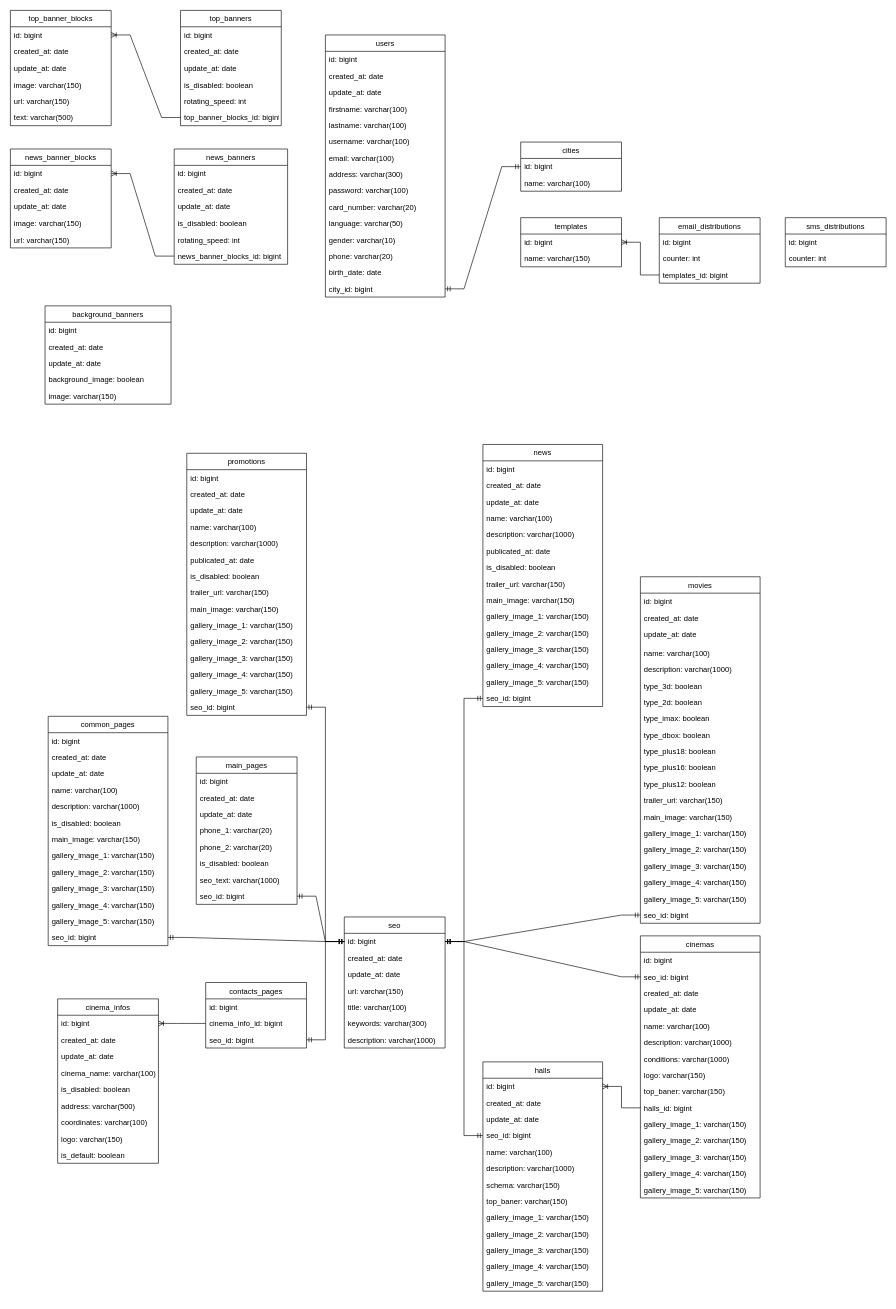
This is src/kinoCMS.drawio from NikitaFoshch/UML, a draw.io file, before an edit. Source tidied: cells renumbered, new cells numbered last; positions are measured from the earlier drawing's top-left corner, leaving out a move shared by most shapes. Both pictures are drawn from the tidied source at 63%, with x=0, y=0 at pixel (10, 10).
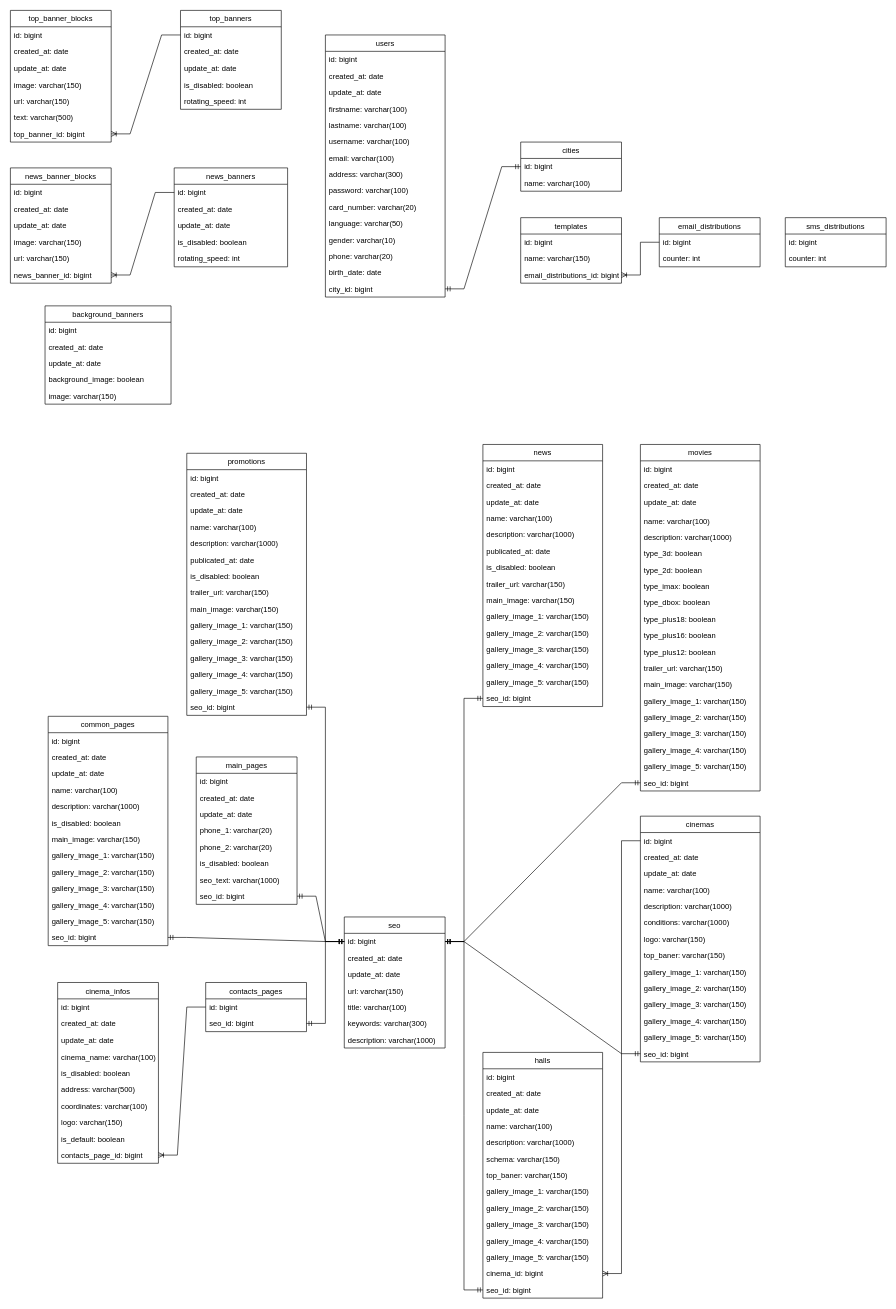
Above is the later version.

The change refers to these unchanged cells:
```xml
<mxCell id="19" value="id: bigint" style="text;strokeColor=none;fillColor=none;align=left;verticalAlign=top;spacingLeft=4;spacingRight=4;overflow=hidden;points=[[0,0.5],[1,0.5]];portConstraint=eastwest;" parent="18" vertex="1">
  <mxGeometry y="26" width="160" height="26" as="geometry" />
</mxCell>
<mxCell id="26" value="id: bigint" style="text;strokeColor=none;fillColor=none;align=left;verticalAlign=top;spacingLeft=4;spacingRight=4;overflow=hidden;points=[[0,0.5],[1,0.5]];portConstraint=eastwest;" parent="25" vertex="1">
  <mxGeometry y="26" width="160" height="26" as="geometry" />
</mxCell>
<mxCell id="42" value="id: bigint" style="text;strokeColor=none;fillColor=none;align=left;verticalAlign=top;spacingLeft=4;spacingRight=4;overflow=hidden;points=[[0,0.5],[1,0.5]];portConstraint=eastwest;" parent="41" vertex="1">
  <mxGeometry y="26" width="160" height="26" as="geometry" />
</mxCell>
<mxCell id="79" value="id: bigint" style="text;strokeColor=none;fillColor=none;align=left;verticalAlign=top;spacingLeft=4;spacingRight=4;overflow=hidden;points=[[0,0.5],[1,0.5]];portConstraint=eastwest;" parent="78" vertex="1">
  <mxGeometry y="26" width="190" height="26" as="geometry" />
</mxCell>
<mxCell id="96" value="id: bigint" style="text;strokeColor=none;fillColor=none;align=left;verticalAlign=top;spacingLeft=4;spacingRight=4;overflow=hidden;points=[[0,0.5],[1,0.5]];portConstraint=eastwest;" parent="95" vertex="1">
  <mxGeometry y="26" width="190" height="26" as="geometry" />
</mxCell>
<mxCell id="138" value="id: bigint" style="text;strokeColor=none;fillColor=none;align=left;verticalAlign=top;spacingLeft=4;spacingRight=4;overflow=hidden;points=[[0,0.5],[1,0.5]];portConstraint=eastwest;" parent="137" vertex="1">
  <mxGeometry y="26" width="160" height="26" as="geometry" />
</mxCell>
<mxCell id="148" value="id: bigint" style="text;strokeColor=none;fillColor=none;align=left;verticalAlign=top;spacingLeft=4;spacingRight=4;overflow=hidden;points=[[0,0.5],[1,0.5]];portConstraint=eastwest;" parent="147" vertex="1">
  <mxGeometry y="26" width="160" height="26" as="geometry" />
</mxCell>
<mxCell id="187" value="id: bigint" style="text;strokeColor=none;fillColor=none;align=left;verticalAlign=top;spacingLeft=4;spacingRight=4;overflow=hidden;points=[[0,0.5],[1,0.5]];portConstraint=eastwest;" parent="186" vertex="1">
  <mxGeometry y="26" width="160" height="26" as="geometry" />
</mxCell>
<mxCell id="195" value="id: bigint" style="text;strokeColor=none;fillColor=none;align=left;verticalAlign=top;spacingLeft=4;spacingRight=4;overflow=hidden;points=[[0,0.5],[1,0.5]];portConstraint=eastwest;" parent="194" vertex="1">
  <mxGeometry y="26" width="180" height="26" as="geometry" />
</mxCell>
<mxCell id="203" value="id: bigint" style="text;strokeColor=none;fillColor=none;align=left;verticalAlign=top;spacingLeft=4;spacingRight=4;overflow=hidden;points=[[0,0.5],[1,0.5]];portConstraint=eastwest;" parent="202" vertex="1">
  <mxGeometry y="26" width="160" height="26" as="geometry" />
</mxCell>
```

Diff of the diagram source:
```diff
@@
     <mxCell id="18" value="top_banners" style="swimlane;fontStyle=0;horizontal=1;startSize=26;fillColor=none;" parent="1" vertex="1">
-      <mxGeometry x="270" width="160" height="183" as="geometry" />
+      <mxGeometry x="270" width="160" height="157" as="geometry" />
     </mxCell>
@@
-    <mxCell id="24" value="top_banner_blocks_id: bigint" style="text;strokeColor=none;fillColor=none;align=left;verticalAlign=top;spacingLeft=4;spacingRight=4;overflow=hidden;points=[[0,0.5],[1,0.5]];portConstraint=eastwest;" parent="18" vertex="1">
-      <mxGeometry y="157" width="160" height="26" as="geometry" />
-    </mxCell>
     <mxCell id="25" value="news_banner_blocks" style="swimlane;fontStyle=0;horizontal=1;startSize=26;fillColor=none;" parent="1" vertex="1">
-      <mxGeometry y="220" width="160" height="157" as="geometry" />
+      <mxGeometry y="250" width="160" height="183" as="geometry" />
     </mxCell>
@@
+    <mxCell id="200" value="news_banner_id: bigint" style="text;strokeColor=none;fillColor=none;align=left;verticalAlign=top;spacingLeft=4;spacingRight=4;overflow=hidden;points=[[0,0.5],[1,0.5]];portConstraint=eastwest;" parent="25" vertex="1">
+      <mxGeometry y="157" width="160" height="26" as="geometry" />
+    </mxCell>
@@
     <mxCell id="41" value="email_distributions" style="swimlane;fontStyle=0;horizontal=1;startSize=26;fillColor=none;" parent="1" vertex="1">
-      <mxGeometry x="1030" y="329" width="160" height="104" as="geometry" />
+      <mxGeometry x="1030" y="329" width="160" height="78" as="geometry" />
     </mxCell>
@@
-    <mxCell id="44" value="templates_id: bigint" style="text;strokeColor=none;fillColor=none;align=left;verticalAlign=top;spacingLeft=4;spacingRight=4;overflow=hidden;points=[[0,0.5],[1,0.5]];portConstraint=eastwest;" parent="41" vertex="1">
-      <mxGeometry y="78" width="160" height="26" as="geometry" />
-    </mxCell>
@@
     <mxCell id="48" value="movies" style="swimlane;fontStyle=0;horizontal=1;startSize=26;fillColor=none;" parent="1" vertex="1">
-      <mxGeometry x="1000" y="899" width="190" height="550" as="geometry" />
+      <mxGeometry x="1000" y="689" width="190" height="550" as="geometry" />
     </mxCell>
@@
     <mxCell id="78" value="cinemas" style="swimlane;fontStyle=0;horizontal=1;startSize=26;fillColor=none;" parent="1" vertex="1">
-      <mxGeometry x="1000" y="1469" width="190" height="416" as="geometry" />
+      <mxGeometry x="1000" y="1279" width="190" height="390" as="geometry" />
     </mxCell>
@@
-    <mxCell id="80" value="seo_id: bigint" style="text;strokeColor=none;fillColor=none;align=left;verticalAlign=top;spacingLeft=4;spacingRight=4;overflow=hidden;points=[[0,0.5],[1,0.5]];portConstraint=eastwest;" parent="78" vertex="1">
-      <mxGeometry y="52" width="190" height="26" as="geometry" />
-    </mxCell>
     <mxCell id="81" value="created_at: date" style="text;strokeColor=none;fillColor=none;align=left;verticalAlign=top;spacingLeft=4;spacingRight=4;overflow=hidden;" parent="78" vertex="1">
-      <mxGeometry y="78" width="190" height="26" as="geometry" />
+      <mxGeometry y="52" width="190" height="26" as="geometry" />
     </mxCell>
     <mxCell id="82" value="update_at: date" style="text;strokeColor=none;fillColor=none;align=left;verticalAlign=top;spacingLeft=4;spacingRight=4;overflow=hidden;" parent="78" vertex="1">
-      <mxGeometry y="104" width="190" height="26" as="geometry" />
+      <mxGeometry y="78" width="190" height="26" as="geometry" />
     </mxCell>
     <mxCell id="83" value="name: varchar(100)" style="text;strokeColor=none;fillColor=none;align=left;verticalAlign=top;spacingLeft=4;spacingRight=4;overflow=hidden;" parent="78" vertex="1">
-      <mxGeometry y="130" width="190" height="26" as="geometry" />
+      <mxGeometry y="104" width="190" height="26" as="geometry" />
     </mxCell>
     <mxCell id="84" value="description: varchar(1000)" style="text;strokeColor=none;fillColor=none;align=left;verticalAlign=top;spacingLeft=4;spacingRight=4;overflow=hidden;" parent="78" vertex="1">
-      <mxGeometry y="156" width="190" height="26" as="geometry" />
+      <mxGeometry y="130" width="190" height="26" as="geometry" />
     </mxCell>
     <mxCell id="85" value="conditions: varchar(1000)" style="text;strokeColor=none;fillColor=none;align=left;verticalAlign=top;spacingLeft=4;spacingRight=4;overflow=hidden;" parent="78" vertex="1">
-      <mxGeometry y="182" width="190" height="26" as="geometry" />
+      <mxGeometry y="156" width="190" height="26" as="geometry" />
     </mxCell>
     <mxCell id="86" value="logo: varchar(150)" style="text;strokeColor=none;fillColor=none;align=left;verticalAlign=top;spacingLeft=4;spacingRight=4;overflow=hidden;" parent="78" vertex="1">
-      <mxGeometry y="208" width="190" height="26" as="geometry" />
+      <mxGeometry y="182" width="190" height="26" as="geometry" />
     </mxCell>
     <mxCell id="87" value="top_baner: varchar(150)" style="text;strokeColor=none;fillColor=none;align=left;verticalAlign=top;spacingLeft=4;spacingRight=4;overflow=hidden;" parent="78" vertex="1">
-      <mxGeometry y="234" width="190" height="26" as="geometry" />
+      <mxGeometry y="208" width="190" height="26" as="geometry" />
     </mxCell>
-    <mxCell id="88" value="halls_id: bigint" style="text;strokeColor=none;fillColor=none;align=left;verticalAlign=top;spacingLeft=4;spacingRight=4;overflow=hidden;points=[[0,0.5],[1,0.5]];portConstraint=eastwest;" parent="78" vertex="1">
-      <mxGeometry y="260" width="190" height="26" as="geometry" />
-    </mxCell>
     <mxCell id="89" value="gallery_image_1: varchar(150)" style="text;strokeColor=none;fillColor=none;align=left;verticalAlign=top;spacingLeft=4;spacingRight=4;overflow=hidden;" parent="78" vertex="1">
-      <mxGeometry y="286" width="190" height="26" as="geometry" />
+      <mxGeometry y="234" width="190" height="26" as="geometry" />
     </mxCell>
     <mxCell id="90" value="gallery_image_2: varchar(150)" style="text;strokeColor=none;fillColor=none;align=left;verticalAlign=top;spacingLeft=4;spacingRight=4;overflow=hidden;" parent="78" vertex="1">
-      <mxGeometry y="312" width="190" height="26" as="geometry" />
+      <mxGeometry y="260" width="190" height="26" as="geometry" />
     </mxCell>
     <mxCell id="91" value="gallery_image_3: varchar(150)" style="text;strokeColor=none;fillColor=none;align=left;verticalAlign=top;spacingLeft=4;spacingRight=4;overflow=hidden;" parent="78" vertex="1">
-      <mxGeometry y="338" width="190" height="26" as="geometry" />
+      <mxGeometry y="286" width="190" height="26" as="geometry" />
     </mxCell>
     <mxCell id="92" value="gallery_image_4: varchar(150)" style="text;strokeColor=none;fillColor=none;align=left;verticalAlign=top;spacingLeft=4;spacingRight=4;overflow=hidden;" parent="78" vertex="1">
-      <mxGeometry y="364" width="190" height="26" as="geometry" />
+      <mxGeometry y="312" width="190" height="26" as="geometry" />
     </mxCell>
     <mxCell id="93" value="gallery_image_5: varchar(150)" style="text;strokeColor=none;fillColor=none;align=left;verticalAlign=top;spacingLeft=4;spacingRight=4;overflow=hidden;" parent="78" vertex="1">
-      <mxGeometry y="390" width="190" height="26" as="geometry" />
+      <mxGeometry y="338" width="190" height="26" as="geometry" />
     </mxCell>
+    <mxCell id="80" value="seo_id: bigint" style="text;strokeColor=none;fillColor=none;align=left;verticalAlign=top;spacingLeft=4;spacingRight=4;overflow=hidden;points=[[0,0.5],[1,0.5]];portConstraint=eastwest;" parent="78" vertex="1">
+      <mxGeometry y="364" width="190" height="26" as="geometry" />
+    </mxCell>
@@
     <mxCell id="95" value="halls" style="swimlane;fontStyle=0;horizontal=1;startSize=26;fillColor=none;" parent="1" vertex="1">
-      <mxGeometry x="750" y="1669" width="190" height="364" as="geometry" />
+      <mxGeometry x="750" y="1654" width="190" height="390" as="geometry" />
     </mxCell>
@@
-    <mxCell id="99" value="seo_id: bigint" style="text;strokeColor=none;fillColor=none;align=left;verticalAlign=top;spacingLeft=4;spacingRight=4;overflow=hidden;points=[[0,0.5],[1,0.5]];portConstraint=eastwest;" parent="95" vertex="1">
-      <mxGeometry y="104" width="190" height="26" as="geometry" />
-    </mxCell>
     <mxCell id="100" value="name: varchar(100)" style="text;strokeColor=none;fillColor=none;align=left;verticalAlign=top;spacingLeft=4;spacingRight=4;overflow=hidden;" parent="95" vertex="1">
-      <mxGeometry y="130" width="190" height="26" as="geometry" />
+      <mxGeometry y="104" width="190" height="26" as="geometry" />
     </mxCell>
     <mxCell id="101" value="description: varchar(1000)" style="text;strokeColor=none;fillColor=none;align=left;verticalAlign=top;spacingLeft=4;spacingRight=4;overflow=hidden;" parent="95" vertex="1">
-      <mxGeometry y="156" width="190" height="26" as="geometry" />
+      <mxGeometry y="130" width="190" height="26" as="geometry" />
     </mxCell>
     <mxCell id="102" value="schema: varchar(150)" style="text;strokeColor=none;fillColor=none;align=left;verticalAlign=top;spacingLeft=4;spacingRight=4;overflow=hidden;" parent="95" vertex="1">
-      <mxGeometry y="182" width="190" height="26" as="geometry" />
+      <mxGeometry y="156" width="190" height="26" as="geometry" />
     </mxCell>
     <mxCell id="103" value="top_baner: varchar(150)" style="text;strokeColor=none;fillColor=none;align=left;verticalAlign=top;spacingLeft=4;spacingRight=4;overflow=hidden;" parent="95" vertex="1">
-      <mxGeometry y="208" width="190" height="26" as="geometry" />
+      <mxGeometry y="182" width="190" height="26" as="geometry" />
     </mxCell>
     <mxCell id="104" value="gallery_image_1: varchar(150)" style="text;strokeColor=none;fillColor=none;align=left;verticalAlign=top;spacingLeft=4;spacingRight=4;overflow=hidden;" parent="95" vertex="1">
-      <mxGeometry y="234" width="190" height="26" as="geometry" />
+      <mxGeometry y="208" width="190" height="26" as="geometry" />
     </mxCell>
     <mxCell id="105" value="gallery_image_2: varchar(150)" style="text;strokeColor=none;fillColor=none;align=left;verticalAlign=top;spacingLeft=4;spacingRight=4;overflow=hidden;" parent="95" vertex="1">
-      <mxGeometry y="260" width="190" height="26" as="geometry" />
+      <mxGeometry y="234" width="190" height="26" as="geometry" />
     </mxCell>
     <mxCell id="106" value="gallery_image_3: varchar(150)" style="text;strokeColor=none;fillColor=none;align=left;verticalAlign=top;spacingLeft=4;spacingRight=4;overflow=hidden;" parent="95" vertex="1">
-      <mxGeometry y="286" width="190" height="26" as="geometry" />
+      <mxGeometry y="260" width="190" height="26" as="geometry" />
     </mxCell>
     <mxCell id="107" value="gallery_image_4: varchar(150)" style="text;strokeColor=none;fillColor=none;align=left;verticalAlign=top;spacingLeft=4;spacingRight=4;overflow=hidden;" parent="95" vertex="1">
-      <mxGeometry y="312" width="190" height="26" as="geometry" />
+      <mxGeometry y="286" width="190" height="26" as="geometry" />
     </mxCell>
     <mxCell id="108" value="gallery_image_5: varchar(150)" style="text;strokeColor=none;fillColor=none;align=left;verticalAlign=top;spacingLeft=4;spacingRight=4;overflow=hidden;" parent="95" vertex="1">
-      <mxGeometry y="338" width="190" height="26" as="geometry" />
+      <mxGeometry y="312" width="190" height="26" as="geometry" />
     </mxCell>
+    <mxCell id="88" value="cinema_id: bigint" style="text;strokeColor=none;fillColor=none;align=left;verticalAlign=top;spacingLeft=4;spacingRight=4;overflow=hidden;points=[[0,0.5],[1,0.5]];portConstraint=eastwest;" parent="95" vertex="1">
+      <mxGeometry y="338" width="190" height="26" as="geometry" />
+    </mxCell>
+    <mxCell id="99" value="seo_id: bigint" style="text;strokeColor=none;fillColor=none;align=left;verticalAlign=top;spacingLeft=4;spacingRight=4;overflow=hidden;points=[[0,0.5],[1,0.5]];portConstraint=eastwest;" parent="95" vertex="1">
+      <mxGeometry y="364" width="190" height="26" as="geometry" />
+    </mxCell>
-    <mxCell id="109" style="edgeStyle=entityRelationEdgeStyle;fontSize=12;html=1;endArrow=ERoneToMany;rounded=0;exitX=0;exitY=0.5;exitDx=0;exitDy=0;entryX=1;entryY=0.5;entryDx=0;entryDy=0;" parent="1" edge="1" source="88" target="96">
+    <mxCell id="109" style="edgeStyle=entityRelationEdgeStyle;fontSize=12;html=1;endArrow=ERoneToMany;rounded=0;entryX=1;entryY=0.5;entryDx=0;entryDy=0;exitX=0;exitY=0.5;exitDx=0;exitDy=0;" parent="1" edge="1" source="79" target="88">
       <mxGeometry relative="1" as="geometry" />
     </mxCell>
@@
     <mxCell id="137" value="cinema_infos" style="swimlane;fontStyle=0;horizontal=1;startSize=26;fillColor=none;" parent="1" vertex="1">
-      <mxGeometry x="75" y="1569" width="160" height="261" as="geometry" />
+      <mxGeometry x="75" y="1543" width="160" height="287" as="geometry" />
     </mxCell>
@@
+    <mxCell id="149" value="contacts_page_id: bigint" style="text;strokeColor=none;fillColor=none;align=left;verticalAlign=top;spacingLeft=4;spacingRight=4;overflow=hidden;points=[[0,0.5],[1,0.5]];portConstraint=eastwest;" parent="137" vertex="1">
+      <mxGeometry y="261" width="160" height="26" as="geometry" />
+    </mxCell>
     <mxCell id="147" value="contacts_pages" style="swimlane;fontStyle=0;horizontal=1;startSize=26;fillColor=none;" parent="1" vertex="1">
-      <mxGeometry x="310" y="1543" width="160" height="104" as="geometry" />
+      <mxGeometry x="310" y="1543" width="160" height="78" as="geometry" />
     </mxCell>
@@
-    <mxCell id="149" value="cinema_info_id: bigint" style="text;strokeColor=none;fillColor=none;align=left;verticalAlign=top;spacingLeft=4;spacingRight=4;overflow=hidden;points=[[0,0.5],[1,0.5]];portConstraint=eastwest;" parent="147" vertex="1">
-      <mxGeometry y="52" width="160" height="26" as="geometry" />
-    </mxCell>
     <mxCell id="150" value="seo_id: bigint" style="text;strokeColor=none;fillColor=none;align=left;verticalAlign=top;spacingLeft=4;spacingRight=4;overflow=hidden;points=[[0,0.5],[1,0.5]];portConstraint=eastwest;" parent="147" vertex="1">
-      <mxGeometry y="78" width="160" height="26" as="geometry" />
+      <mxGeometry y="52" width="160" height="26" as="geometry" />
     </mxCell>
@@
-    <mxCell id="185" style="edgeStyle=entityRelationEdgeStyle;fontSize=12;html=1;endArrow=ERoneToMany;rounded=0;entryX=1;entryY=0.5;entryDx=0;entryDy=0;exitX=0;exitY=0.5;exitDx=0;exitDy=0;" parent="1" edge="1" source="149" target="138">
+    <mxCell id="185" style="edgeStyle=entityRelationEdgeStyle;fontSize=12;html=1;endArrow=ERoneToMany;rounded=0;entryX=1;entryY=0.5;entryDx=0;entryDy=0;exitX=0;exitY=0.5;exitDx=0;exitDy=0;" parent="1" edge="1" source="148" target="149">
       <mxGeometry relative="1" as="geometry" />
     </mxCell>
     <mxCell id="186" value="top_banner_blocks" style="swimlane;fontStyle=0;horizontal=1;startSize=26;fillColor=none;" parent="1" vertex="1">
-      <mxGeometry width="160" height="183" as="geometry" />
+      <mxGeometry width="160" height="209" as="geometry" />
     </mxCell>
@@
+    <mxCell id="24" value="top_banner_id: bigint" style="text;strokeColor=none;fillColor=none;align=left;verticalAlign=top;spacingLeft=4;spacingRight=4;overflow=hidden;points=[[0,0.5],[1,0.5]];portConstraint=eastwest;" parent="186" vertex="1">
+      <mxGeometry y="183" width="160" height="26" as="geometry" />
+    </mxCell>
-    <mxCell id="193" style="edgeStyle=entityRelationEdgeStyle;fontSize=12;html=1;endArrow=ERoneToMany;rounded=0;entryX=1;entryY=0.5;entryDx=0;entryDy=0;exitX=0;exitY=0.5;exitDx=0;exitDy=0;" parent="1" edge="1" source="24" target="187">
+    <mxCell id="193" style="edgeStyle=entityRelationEdgeStyle;fontSize=12;html=1;endArrow=ERoneToMany;rounded=0;entryX=1;entryY=0.5;entryDx=0;entryDy=0;exitX=0;exitY=0.5;exitDx=0;exitDy=0;" parent="1" edge="1" source="19" target="24">
       <mxGeometry relative="1" as="geometry" />
     </mxCell>
     <mxCell id="194" value="news_banners" style="swimlane;fontStyle=0;horizontal=1;startSize=26;fillColor=none;" parent="1" vertex="1">
-      <mxGeometry x="260" y="220" width="180" height="183" as="geometry" />
+      <mxGeometry x="260" y="250" width="180" height="157" as="geometry" />
     </mxCell>
@@
-    <mxCell id="200" value="news_banner_blocks_id: bigint" style="text;strokeColor=none;fillColor=none;align=left;verticalAlign=top;spacingLeft=4;spacingRight=4;overflow=hidden;points=[[0,0.5],[1,0.5]];portConstraint=eastwest;" parent="194" vertex="1">
-      <mxGeometry y="157" width="180" height="26" as="geometry" />
-    </mxCell>
-    <mxCell id="201" style="edgeStyle=entityRelationEdgeStyle;fontSize=12;html=1;endArrow=ERoneToMany;rounded=0;entryX=1;entryY=0.5;entryDx=0;entryDy=0;exitX=0;exitY=0.5;exitDx=0;exitDy=0;" parent="1" edge="1" source="200" target="26">
+    <mxCell id="201" style="edgeStyle=entityRelationEdgeStyle;fontSize=12;html=1;endArrow=ERoneToMany;rounded=0;entryX=1;entryY=0.5;entryDx=0;entryDy=0;exitX=0;exitY=0.5;exitDx=0;exitDy=0;" parent="1" edge="1" source="195" target="200">
       <mxGeometry relative="1" as="geometry" />
     </mxCell>
     <mxCell id="202" value="templates" style="swimlane;fontStyle=0;horizontal=1;startSize=26;fillColor=none;" parent="1" vertex="1">
-      <mxGeometry x="810" y="329" width="160" height="78" as="geometry" />
+      <mxGeometry x="810" y="329" width="160" height="104" as="geometry" />
     </mxCell>
@@
+    <mxCell id="44" value="email_distributions_id: bigint" style="text;strokeColor=none;fillColor=none;align=left;verticalAlign=top;spacingLeft=4;spacingRight=4;overflow=hidden;points=[[0,0.5],[1,0.5]];portConstraint=eastwest;" parent="202" vertex="1">
+      <mxGeometry y="78" width="160" height="26" as="geometry" />
+    </mxCell>
-    <mxCell id="205" style="edgeStyle=entityRelationEdgeStyle;fontSize=12;html=1;endArrow=ERoneToMany;rounded=0;entryX=1;entryY=0.5;entryDx=0;entryDy=0;exitX=0;exitY=0.5;exitDx=0;exitDy=0;" parent="1" edge="1" source="44" target="203">
+    <mxCell id="205" style="edgeStyle=entityRelationEdgeStyle;fontSize=12;html=1;endArrow=ERoneToMany;rounded=0;entryX=1;entryY=0.5;entryDx=0;entryDy=0;exitX=0;exitY=0.5;exitDx=0;exitDy=0;" parent="1" edge="1" source="42" target="44">
       <mxGeometry relative="1" as="geometry" />
     </mxCell>
```
